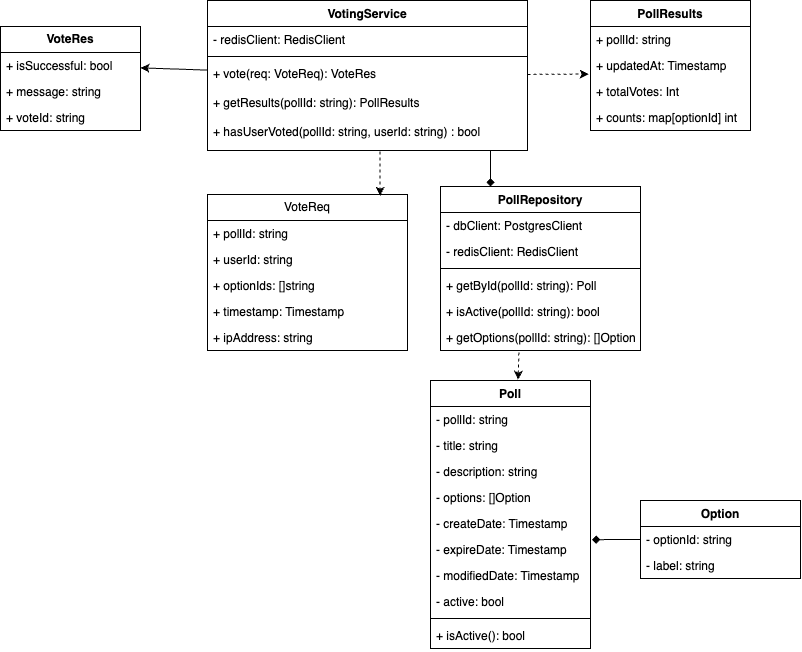
This is 2026-03-02-voting-architecture/voting-service-class-diagram.drawio.png from brunohaetinger/green-team, a draw.io export, as it was before one commit. Source tidied: cells renumbered, new cells last; positions are measured from the earlier drawing's top-left corner, leaving out a move shared by most shapes.
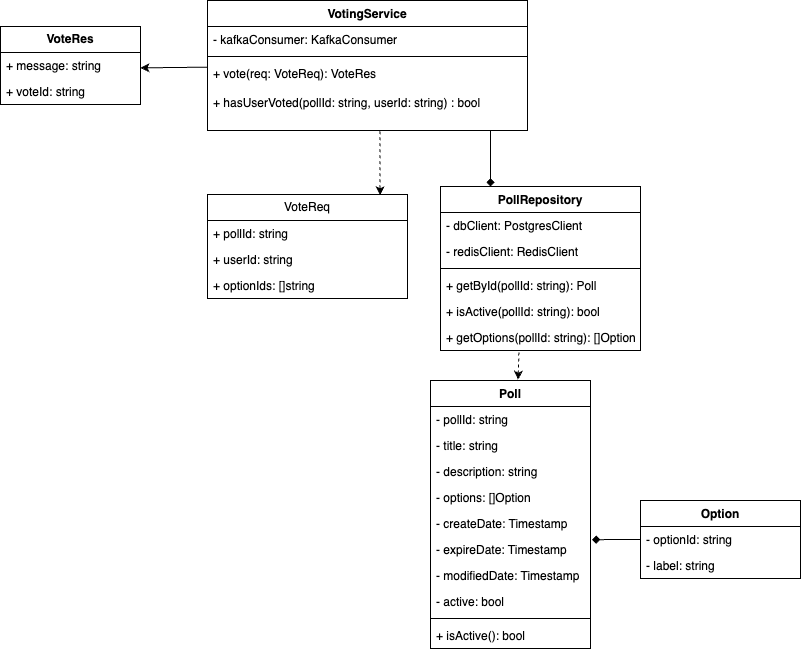
The same file after the commit.

Commit message:
fix diagrams on voting service

Diff of the diagram source:
```diff
@@ -5,23 +5,25 @@
     <mxCell id="2" style="edgeStyle=none;html=1;dashed=1;entryX=0.863;entryY=0.008;entryDx=0;entryDy=0;entryPerimeter=0;exitX=0.539;exitY=1.01;exitDx=0;exitDy=0;exitPerimeter=0;" parent="1" edge="1" source="7" target="8">
       <mxGeometry relative="1" as="geometry" />
     </mxCell>
-    <mxCell id="3" style="edgeStyle=none;html=1;" parent="1" edge="1" source="4" target="15">
-      <mxGeometry relative="1" as="geometry" />
+    <mxCell id="3" style="edgeStyle=none;html=1;" parent="1" edge="1" source="4">
+      <mxGeometry relative="1" as="geometry">
+        <mxPoint x="140" y="67.4" as="targetPoint" />
+      </mxGeometry>
     </mxCell>
     <mxCell id="4" value="VotingService" style="swimlane;fontStyle=1;align=center;verticalAlign=top;horizontal=1;startSize=26;whiteSpace=wrap;html=1;" parent="1" vertex="1">
-      <mxGeometry x="207" width="320" height="150" as="geometry" />
+      <mxGeometry x="207" width="320" height="130" as="geometry" />
     </mxCell>
-    <mxCell id="5" value="- redisClient: RedisClient" style="text;strokeColor=none;fillColor=none;align=left;verticalAlign=top;spacingLeft=4;spacingRight=4;overflow=hidden;whiteSpace=wrap;html=1;" parent="4" vertex="1">
+    <mxCell id="5" value="- kafkaConsumer: KafkaConsumer" style="text;strokeColor=none;fillColor=none;align=left;verticalAlign=top;spacingLeft=4;spacingRight=4;overflow=hidden;whiteSpace=wrap;html=1;" parent="4" vertex="1">
       <mxGeometry y="26" width="320" height="26" as="geometry" />
     </mxCell>
     <mxCell id="6" style="line;strokeWidth=1;fillColor=none;align=left;verticalAlign=middle;spacingTop=-1;spacingLeft=3;spacingRight=3;labelPosition=right;strokeColor=inherit;" parent="4" vertex="1">
       <mxGeometry y="52" width="320" height="8" as="geometry" />
     </mxCell>
-    <mxCell id="7" value="+ vote(req: VoteReq): VoteRes&lt;div&gt;&lt;font color=&quot;#000000&quot;&gt;&lt;br&gt;&lt;/font&gt;&lt;/div&gt;&lt;div&gt;&lt;font color=&quot;#000000&quot;&gt;+ getResults(pollId: string): PollResults&lt;br&gt;&lt;/font&gt;&lt;div&gt;&lt;br&gt;&lt;/div&gt;&lt;div&gt;+ hasUserVoted(pollId: string, userId: string) : bool&lt;/div&gt;&lt;/div&gt;" style="text;strokeColor=none;fillColor=none;align=left;verticalAlign=top;spacingLeft=4;spacingRight=4;overflow=hidden;points=[[0,0.5],[1,0.5]];portConstraint=eastwest;whiteSpace=wrap;html=1;" parent="4" vertex="1">
-      <mxGeometry y="60" width="320" height="90" as="geometry" />
+    <mxCell id="7" value="+ vote(req: VoteReq): VoteRes&lt;div&gt;&lt;div&gt;&lt;br&gt;&lt;/div&gt;&lt;div&gt;+ hasUserVoted(pollId: string, userId: string) : bool&lt;/div&gt;&lt;/div&gt;" style="text;strokeColor=none;fillColor=none;align=left;verticalAlign=top;spacingLeft=4;spacingRight=4;overflow=hidden;points=[[0,0.5],[1,0.5]];portConstraint=eastwest;whiteSpace=wrap;html=1;" parent="4" vertex="1">
+      <mxGeometry y="60" width="320" height="70" as="geometry" />
     </mxCell>
     <mxCell id="8" value="VoteReq" style="swimlane;fontStyle=0;horizontal=1;startSize=26;fillColor=none;whiteSpace=wrap;html=1;" parent="1" vertex="1">
-      <mxGeometry x="207" y="194" width="200" height="156" as="geometry" />
+      <mxGeometry x="207" y="194" width="200" height="104" as="geometry" />
     </mxCell>
     <mxCell id="9" value="+ pollId: string" style="text;strokeColor=none;fillColor=none;align=left;verticalAlign=top;spacingLeft=4;spacingRight=4;overflow=hidden;whiteSpace=wrap;html=1;" parent="8" vertex="1">
       <mxGeometry y="26" width="200" height="26" as="geometry" />
@@ -32,23 +34,14 @@
     <mxCell id="11" value="+ optionIds: []string" style="text;strokeColor=none;fillColor=none;align=left;verticalAlign=top;spacingLeft=4;spacingRight=4;overflow=hidden;whiteSpace=wrap;html=1;" parent="8" vertex="1">
       <mxGeometry y="78" width="200" height="26" as="geometry" />
     </mxCell>
-    <mxCell id="12" value="+ timestamp: Timestamp" style="text;strokeColor=none;fillColor=none;align=left;verticalAlign=top;spacingLeft=4;spacingRight=4;overflow=hidden;whiteSpace=wrap;html=1;" parent="8" vertex="1">
-      <mxGeometry y="104" width="200" height="26" as="geometry" />
-    </mxCell>
-    <mxCell id="13" value="+ ipAddress: string" style="text;strokeColor=none;fillColor=none;align=left;verticalAlign=top;spacingLeft=4;spacingRight=4;overflow=hidden;whiteSpace=wrap;html=1;" parent="8" vertex="1">
-      <mxGeometry y="130" width="200" height="26" as="geometry" />
-    </mxCell>
     <mxCell id="14" value="&lt;b&gt;VoteRes&lt;/b&gt;" style="swimlane;fontStyle=0;horizontal=1;startSize=26;fillColor=none;whiteSpace=wrap;html=1;" parent="1" vertex="1">
-      <mxGeometry y="26" width="140" height="104" as="geometry" />
+      <mxGeometry y="26" width="140" height="78" as="geometry" />
     </mxCell>
-    <mxCell id="15" value="+ isSuccessful: bool" style="text;strokeColor=none;fillColor=none;align=left;verticalAlign=top;spacingLeft=4;spacingRight=4;overflow=hidden;points=[[0,0.5],[1,0.5]];portConstraint=eastwest;whiteSpace=wrap;html=1;" parent="14" vertex="1">
-      <mxGeometry y="26" width="140" height="26" as="geometry" />
-    </mxCell>
     <mxCell id="16" value="+ message: string" style="text;strokeColor=none;fillColor=none;align=left;verticalAlign=top;spacingLeft=4;spacingRight=4;overflow=hidden;whiteSpace=wrap;html=1;" parent="14" vertex="1">
-      <mxGeometry y="52" width="140" height="26" as="geometry" />
+      <mxGeometry y="26" width="140" height="26" as="geometry" />
     </mxCell>
     <mxCell id="17" value="+ voteId: string" style="text;strokeColor=none;fillColor=none;align=left;verticalAlign=top;spacingLeft=4;spacingRight=4;overflow=hidden;whiteSpace=wrap;html=1;" parent="14" vertex="1">
-      <mxGeometry y="78" width="140" height="26" as="geometry" />
+      <mxGeometry y="52" width="140" height="26" as="geometry" />
     </mxCell>
     <mxCell id="18" value="Poll" style="swimlane;fontStyle=1;align=center;verticalAlign=top;horizontal=1;startSize=26;whiteSpace=wrap;html=1;" parent="1" vertex="1">
       <mxGeometry x="430" y="380" width="160" height="268" as="geometry" />
@@ -98,24 +91,6 @@
     <mxCell id="33" style="endArrow=classic;html=1;exitX=0.392;exitY=1.08;exitDx=0;exitDy=0;dashed=1;entryX=0.547;entryY=-0.003;entryDx=0;entryDy=0;entryPerimeter=0;exitPerimeter=0;" parent="1" edge="1" source="46" target="18">
       <mxGeometry relative="1" as="geometry" />
     </mxCell>
-    <mxCell id="34" value="PollResults" style="swimlane;fontStyle=1;align=center;verticalAlign=top;horizontal=1;startSize=26;whiteSpace=wrap;html=1;" parent="1" vertex="1">
-      <mxGeometry x="590" width="160" height="130" as="geometry" />
-    </mxCell>
-    <mxCell id="35" value="+ pollId: string" style="text;strokeColor=none;fillColor=none;align=left;verticalAlign=top;spacingLeft=4;spacingRight=4;overflow=hidden;whiteSpace=wrap;html=1;" parent="34" vertex="1">
-      <mxGeometry y="26" width="160" height="26" as="geometry" />
-    </mxCell>
-    <mxCell id="36" value="+ updatedAt: Timestamp" style="text;strokeColor=none;fillColor=none;align=left;verticalAlign=top;spacingLeft=4;spacingRight=4;overflow=hidden;points=[[0,0.5],[1,0.5]];portConstraint=eastwest;whiteSpace=wrap;html=1;" parent="34" vertex="1">
-      <mxGeometry y="52" width="160" height="26" as="geometry" />
-    </mxCell>
-    <mxCell id="37" value="+ totalVotes: Int" style="text;strokeColor=none;fillColor=none;align=left;verticalAlign=top;spacingLeft=4;spacingRight=4;overflow=hidden;whiteSpace=wrap;html=1;" parent="34" vertex="1">
-      <mxGeometry y="78" width="160" height="26" as="geometry" />
-    </mxCell>
-    <mxCell id="38" value="+ counts: map[optionId] int" style="text;strokeColor=none;fillColor=none;align=left;verticalAlign=top;spacingLeft=4;spacingRight=4;overflow=hidden;whiteSpace=wrap;html=1;" parent="34" vertex="1">
-      <mxGeometry y="104" width="160" height="26" as="geometry" />
-    </mxCell>
-    <mxCell id="39" style="edgeStyle=none;html=1;entryX=-0.011;entryY=0.827;entryDx=0;entryDy=0;entryPerimeter=0;dashed=1;" parent="1" edge="1" source="4" target="36">
-      <mxGeometry relative="1" as="geometry" />
-    </mxCell>
     <mxCell id="40" value="PollRepository" style="swimlane;fontStyle=1;align=center;verticalAlign=top;horizontal=1;startSize=26;whiteSpace=wrap;html=1;" parent="1" vertex="1">
       <mxGeometry x="440" y="186" width="200" height="164" as="geometry" />
     </mxCell>
```
